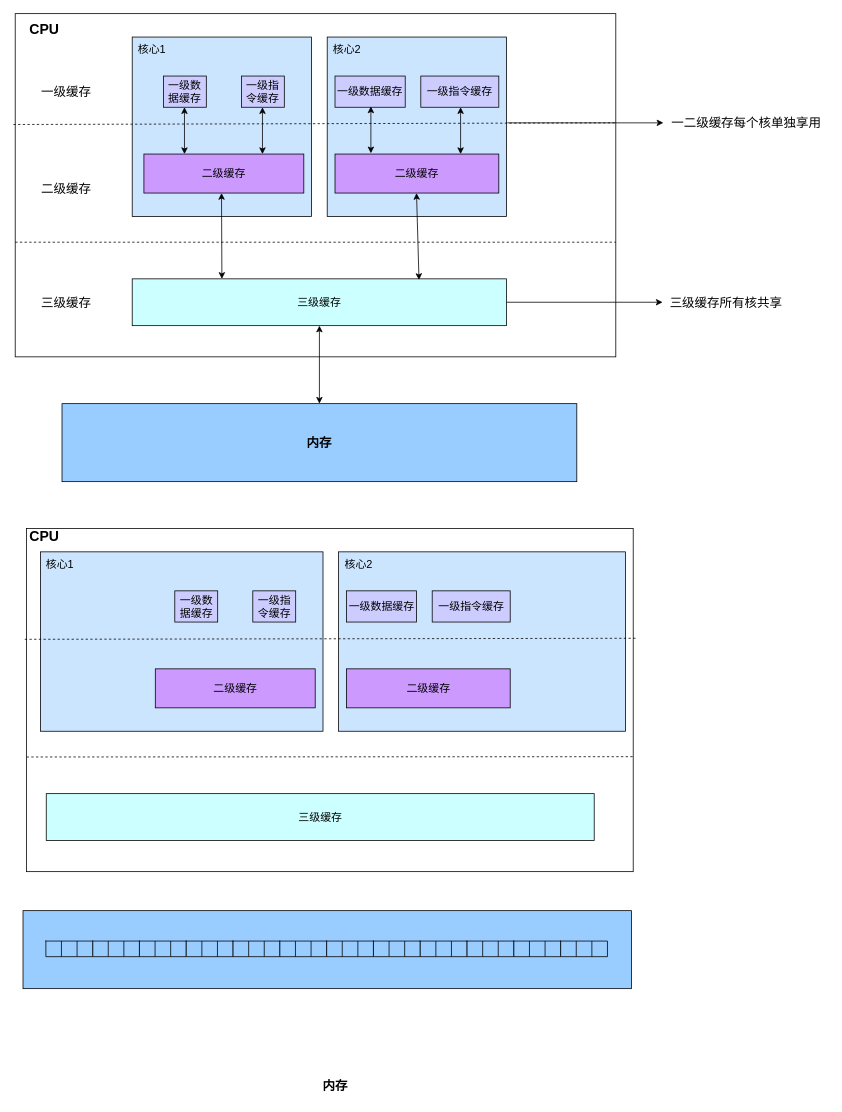
Before: drawio/cpu/CPU-Cache-Line伪共享.drawio in guitarock/my-pics, a draw.io diagram. Source tidied: cells renumbered, new cells numbered last; positions are measured from the earlier drawing's top-left corner, leaving out a move shared by most shapes. Both pictures are drawn from the tidied source at 78%, with x=0, y=0 at pixel (15, 13).
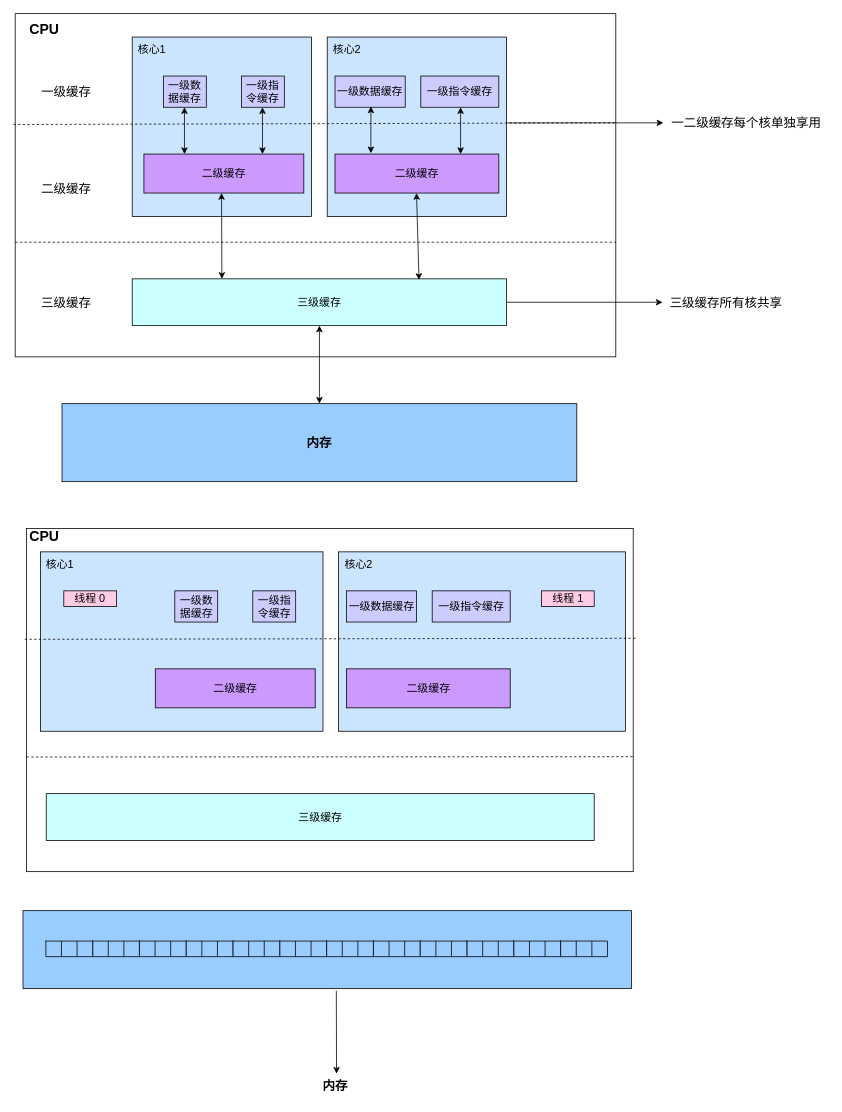
The same page after the edit.

Commit message (it also covers changes not shown here):
更新CPU-Cache-Line伪共享.drawio

Unchanged cells that the change refers to:
```xml
<mxCell id="41" style="rounded=0;whiteSpace=wrap;html=1;fontSize=14;fillColor=#99CCFF;" parent="1" vertex="1">
  <mxGeometry x="10" y="1150" width="780" height="100" as="geometry" />
</mxCell>
<mxCell id="44" value="&lt;font style=&quot;font-size: 16px;&quot;&gt;&lt;b&gt;内存&lt;/b&gt;&lt;/font&gt;" style="text;html=1;align=center;verticalAlign=middle;points=[];fillColor=none;strokeColor=none;rounded=0;fontSize=18;" parent="1" vertex="1">
  <mxGeometry x="384.6" y="1360" width="50" height="30" as="geometry" />
</mxCell>
```

Diff of the diagram source:
```diff
@@
+    <mxCell id="110" style="endArrow=classic;html=1;rounded=0;fontSize=16;strokeWidth=1;entryX=0.547;entryY=-0.033;entryDx=0;entryDy=0;entryPerimeter=0;exitX=0.515;exitY=1.026;exitDx=0;exitDy=0;exitPerimeter=0;" parent="1" edge="1" source="41" target="44">
+      <mxGeometry relative="1" as="geometry" />
+    </mxCell>
+    <mxCell id="111" value="线程 0" style="rounded=0;whiteSpace=wrap;html=1;fontSize=14;fillColor=#FFCCE6;" parent="1" vertex="1">
+      <mxGeometry x="62.3" y="740" width="67.7" height="20" as="geometry" />
+    </mxCell>
+    <mxCell id="112" value="线程 1" style="rounded=0;whiteSpace=wrap;html=1;fontSize=14;fillColor=#FFCCE6;" parent="1" vertex="1">
+      <mxGeometry x="674.6" y="740" width="67.7" height="20" as="geometry" />
+    </mxCell>
```
